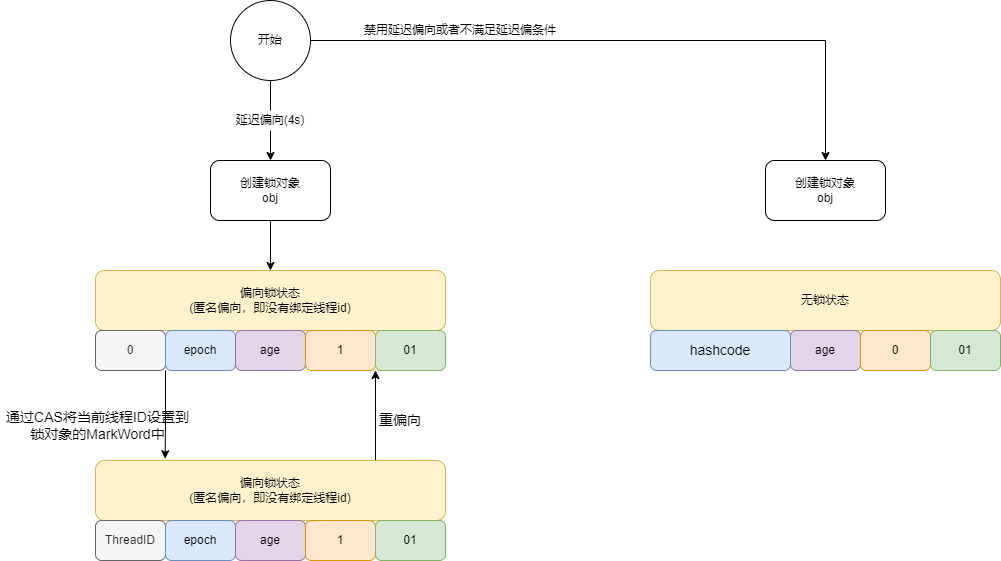
Before: 多线程与高并发/synchronized.png, a diagram exported from draw.io (LePeitiPrince/note-picture). Source tidied: cells renumbered, new cells last; positions are measured from the earlier drawing's top-left corner, leaving out a move shared by most shapes.
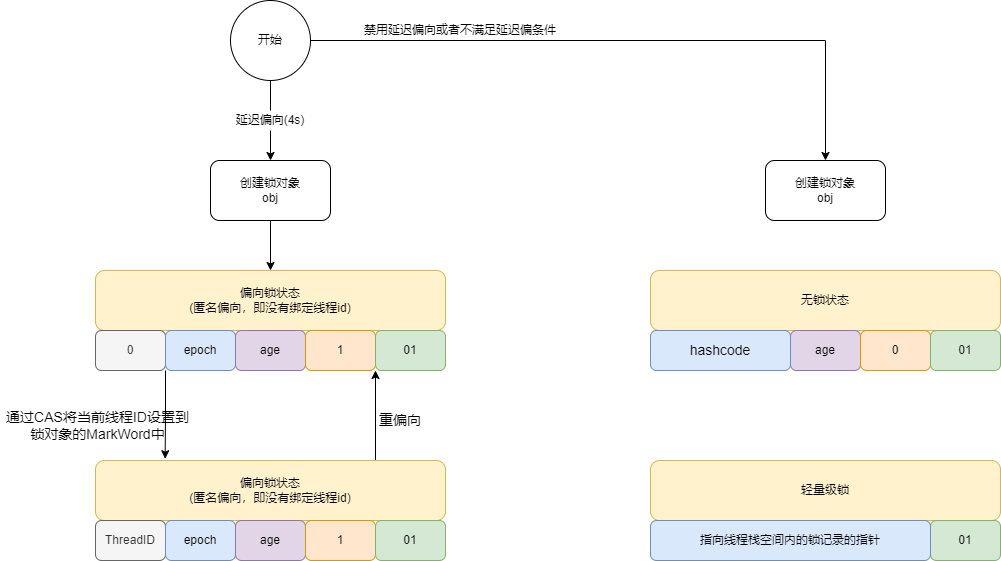
Later version of the same file.

The edit, as a diff of the source:
```diff
@@ -94,5 +94,14 @@
     <mxCell id="31" value="hashcode" style="rounded=1;whiteSpace=wrap;html=1;fontSize=14;fillColor=#dae8fc;strokeColor=#6c8ebf;" parent="1" vertex="1">
       <mxGeometry x="650" y="330" width="140" height="40" as="geometry" />
     </mxCell>
+    <mxCell id="32" value="轻量级锁" style="rounded=1;whiteSpace=wrap;html=1;fillColor=#fff2cc;strokeColor=#d6b656;" parent="1" vertex="1">
+      <mxGeometry x="650" y="460" width="350" height="60" as="geometry" />
+    </mxCell>
+    <mxCell id="33" value="01" style="rounded=1;whiteSpace=wrap;html=1;fillColor=#d5e8d4;strokeColor=#82b366;" parent="1" vertex="1">
+      <mxGeometry x="930" y="520" width="70" height="40" as="geometry" />
+    </mxCell>
+    <mxCell id="34" value="指向线程栈空间内的锁记录的指针" style="rounded=1;whiteSpace=wrap;html=1;fillColor=#dae8fc;strokeColor=#6c8ebf;" parent="1" vertex="1">
+      <mxGeometry x="650" y="520" width="280" height="40" as="geometry" />
+    </mxCell>
   </root>
 </mxGraphModel>
```
